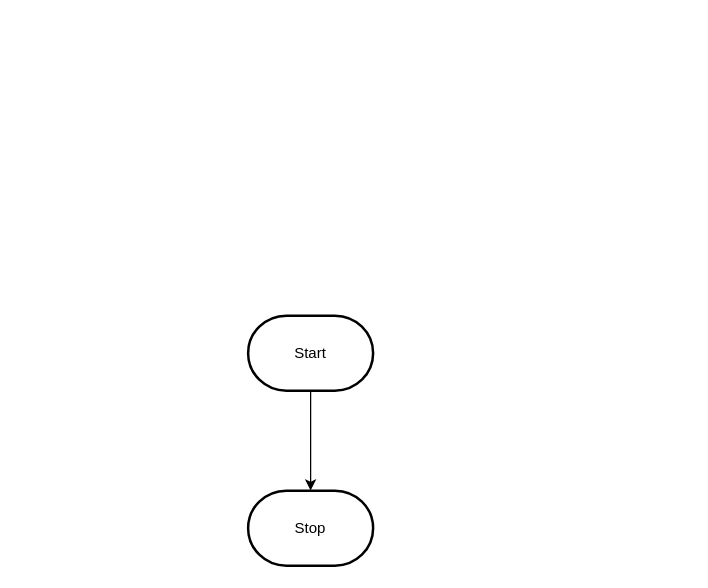
The draw.io diagram design/flowchart.drawio in MTHS-ICS2O-2-2022/ICS2O-Unit-5-04-Osamah-Hasan, before the edit. Source tidied: cells renumbered, new cells numbered last; positions are measured from the earlier drawing's top-left corner, leaving out a move shared by most shapes. Both pictures are drawn from the tidied source at 125%, with x=0, y=0 at pixel (248, 315).
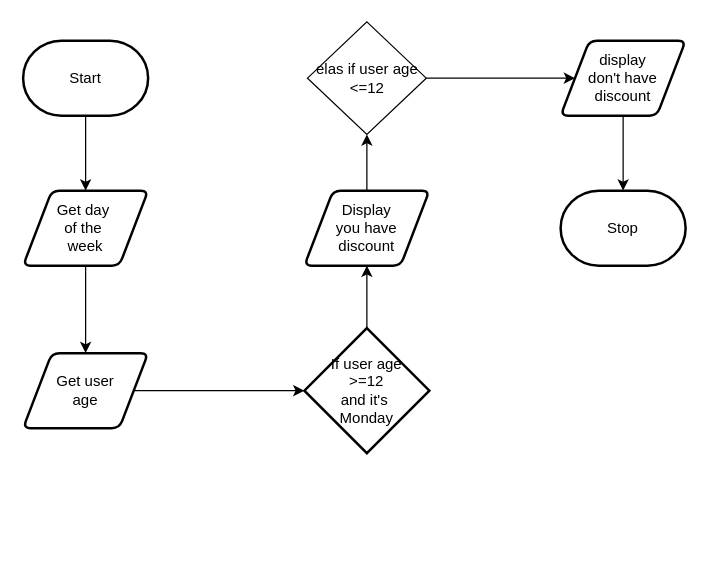
After the change.

The edit, as a diff of the source:
```diff
@@
 <mxGraphModel>
   <root>
     <mxCell id="0" />
     <mxCell id="1" parent="0" />
-    <mxCell id="2" style="edgeStyle=orthogonalEdgeStyle;html=1;rounded=0;" parent="1" edge="1" source="3" target="4">
-      <mxGeometry relative="1" as="geometry" />
-    </mxCell>
+    <mxCell id="5" style="edgeStyle=orthogonalEdgeStyle;html=1;entryX=0.5;entryY=0;entryDx=0;entryDy=0;" parent="1" edge="1" source="3" target="2">
+      <mxGeometry relative="1" as="geometry" />
+    </mxCell>
     <mxCell id="3" value="Start" style="strokeWidth=2;html=1;shape=mxgraph.flowchart.terminator;whiteSpace=wrap;" parent="1" vertex="1">
-      <mxGeometry width="100" height="60" as="geometry" />
+      <mxGeometry x="-180" y="-220" width="100" height="60" as="geometry" />
     </mxCell>
     <mxCell id="4" value="Stop" style="strokeWidth=2;html=1;shape=mxgraph.flowchart.terminator;whiteSpace=wrap;" parent="1" vertex="1">
-      <mxGeometry y="140" width="100" height="60" as="geometry" />
+      <mxGeometry x="250" y="-100" width="100" height="60" as="geometry" />
     </mxCell>
+    <mxCell id="6" style="edgeStyle=orthogonalEdgeStyle;html=1;" parent="1" edge="1" source="2" target="8">
+      <mxGeometry relative="1" as="geometry" />
+    </mxCell>
+    <mxCell id="2" value="Get day&amp;nbsp;&lt;br&gt;of the&amp;nbsp;&lt;br&gt;week" style="shape=parallelogram;html=1;strokeWidth=2;perimeter=parallelogramPerimeter;whiteSpace=wrap;rounded=1;arcSize=12;size=0.23;" parent="1" vertex="1">
+      <mxGeometry x="-180" y="-100" width="100" height="60" as="geometry" />
+    </mxCell>
+    <mxCell id="7" style="edgeStyle=orthogonalEdgeStyle;html=1;" parent="1" edge="1" source="8" target="10">
+      <mxGeometry relative="1" as="geometry" />
+    </mxCell>
+    <mxCell id="8" value="Get user&lt;br&gt;age" style="shape=parallelogram;html=1;strokeWidth=2;perimeter=parallelogramPerimeter;whiteSpace=wrap;rounded=1;arcSize=12;size=0.23;" parent="1" vertex="1">
+      <mxGeometry x="-180" y="30" width="100" height="60" as="geometry" />
+    </mxCell>
+    <mxCell id="9" style="edgeStyle=orthogonalEdgeStyle;html=1;entryX=0.5;entryY=1;entryDx=0;entryDy=0;" parent="1" edge="1" source="10" target="12">
+      <mxGeometry relative="1" as="geometry" />
+    </mxCell>
+    <mxCell id="10" value="If user age &lt;br&gt;&amp;gt;=12&lt;br&gt;and it's&amp;nbsp;&lt;br&gt;Monday" style="strokeWidth=2;html=1;shape=mxgraph.flowchart.decision;whiteSpace=wrap;" parent="1" vertex="1">
+      <mxGeometry x="45" y="10" width="100" height="100" as="geometry" />
+    </mxCell>
+    <mxCell id="11" style="edgeStyle=orthogonalEdgeStyle;html=1;entryX=0.5;entryY=1;entryDx=0;entryDy=0;" parent="1" edge="1" source="12" target="14">
+      <mxGeometry relative="1" as="geometry" />
+    </mxCell>
+    <mxCell id="12" value="Display&lt;br&gt;you have &lt;br&gt;discount" style="shape=parallelogram;html=1;strokeWidth=2;perimeter=parallelogramPerimeter;whiteSpace=wrap;rounded=1;arcSize=12;size=0.23;" parent="1" vertex="1">
+      <mxGeometry x="45" y="-100" width="100" height="60" as="geometry" />
+    </mxCell>
+    <mxCell id="13" style="edgeStyle=orthogonalEdgeStyle;html=1;" parent="1" edge="1" source="14" target="16">
+      <mxGeometry relative="1" as="geometry" />
+    </mxCell>
+    <mxCell id="14" value="elas if user age&lt;br&gt;&amp;lt;=12" style="rhombus;whiteSpace=wrap;html=1;" parent="1" vertex="1">
+      <mxGeometry x="47.5" y="-235" width="95" height="90" as="geometry" />
+    </mxCell>
+    <mxCell id="15" style="edgeStyle=orthogonalEdgeStyle;html=1;" parent="1" edge="1" source="16" target="4">
+      <mxGeometry relative="1" as="geometry" />
+    </mxCell>
+    <mxCell id="16" value="display &lt;br&gt;don't have discount" style="shape=parallelogram;html=1;strokeWidth=2;perimeter=parallelogramPerimeter;whiteSpace=wrap;rounded=1;arcSize=12;size=0.23;" parent="1" vertex="1">
+      <mxGeometry x="250" y="-220" width="100" height="60" as="geometry" />
+    </mxCell>
   </root>
 </mxGraphModel>
```
